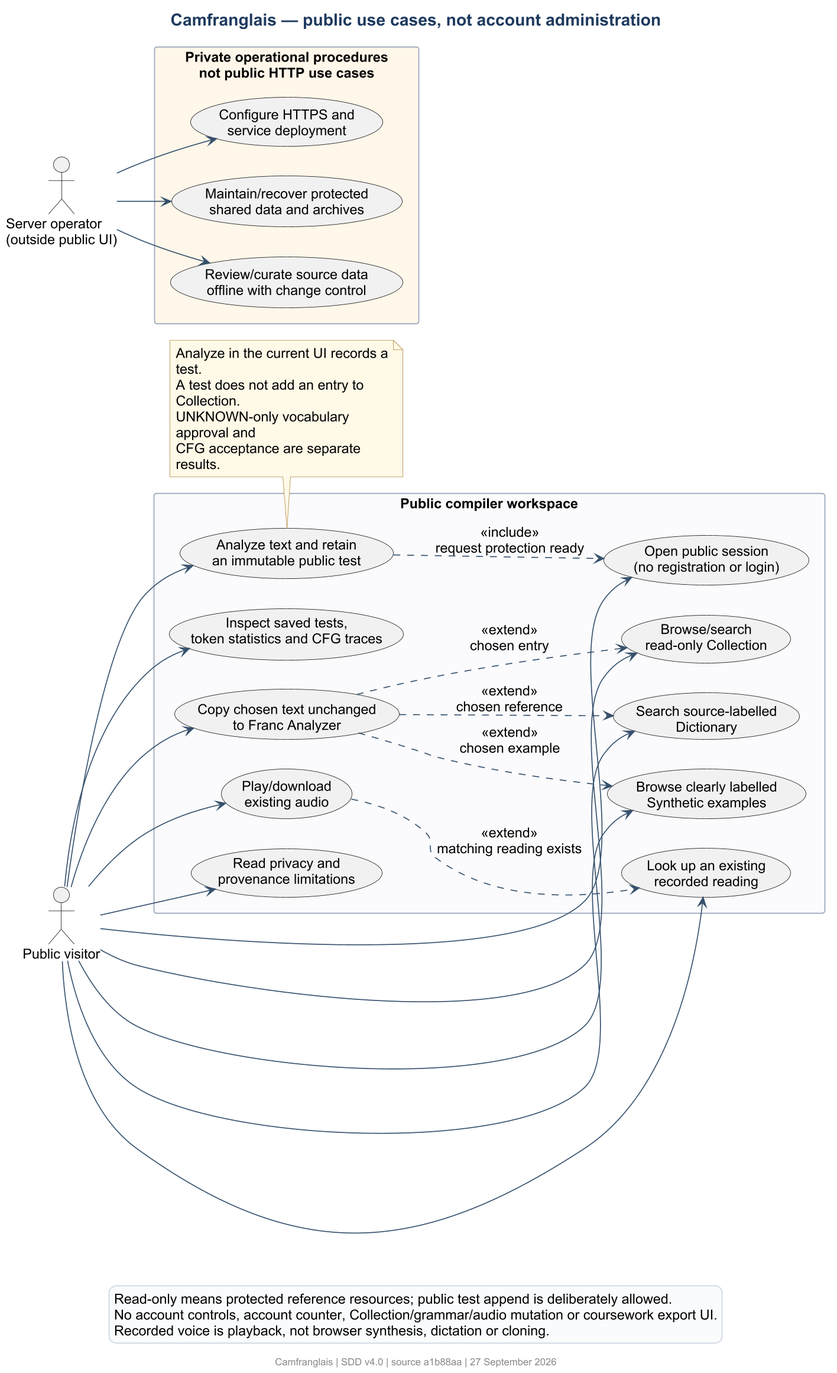
The PlantUML diagram docs/diagrams/use-case.png in Suraku237/francanglaiscompiler, before a commit.
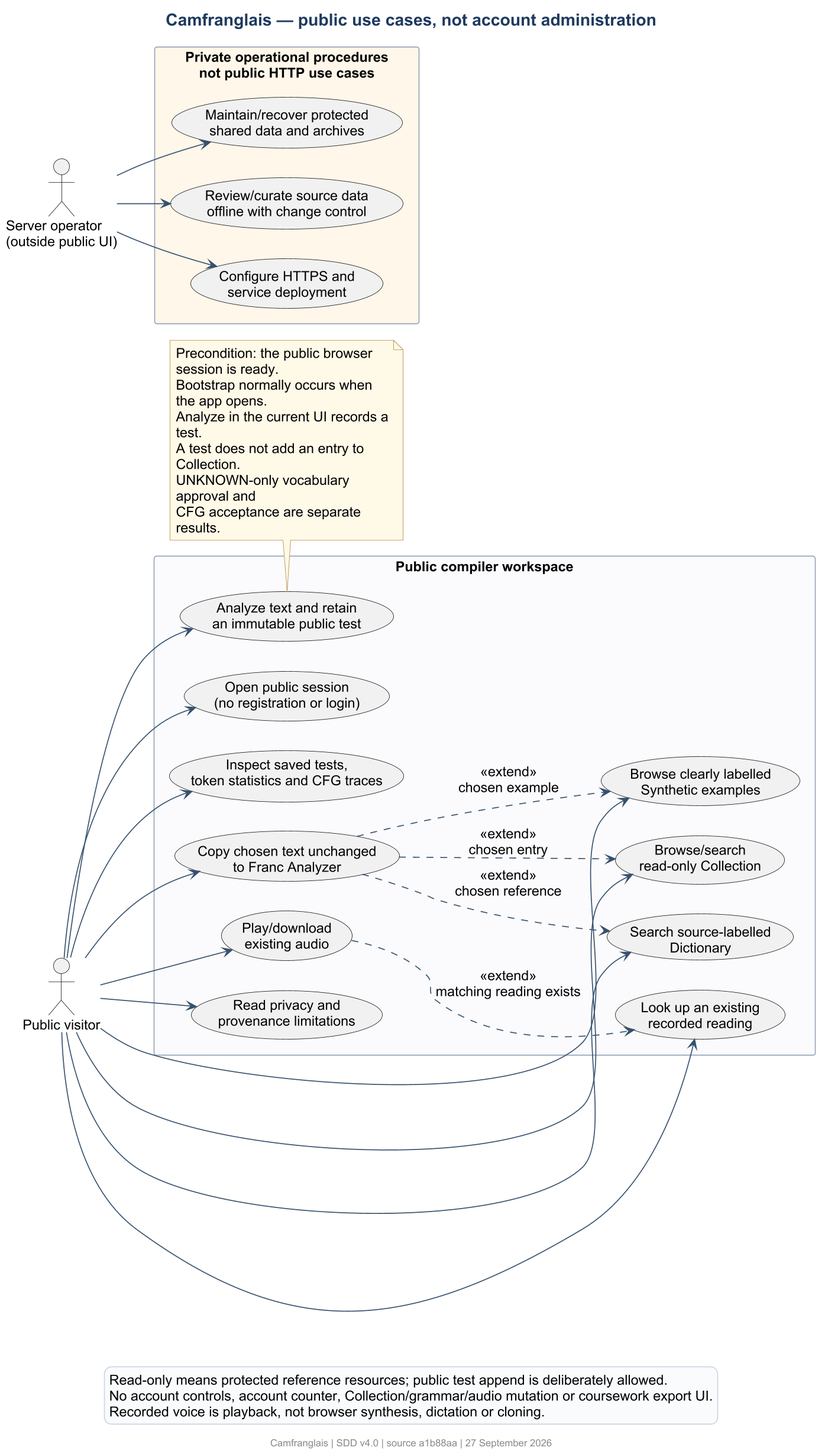
After the commit.

The edit, as a diff of the source:
```diff
@@ -31,7 +31,6 @@
 Visitor --> Lookup
 Visitor --> Play
 Visitor --> Privacy
-Analyze ..> Open : <<include>>\nrequest protection ready
 Copy ..> Collection : <<extend>>\nchosen entry
 Copy ..> Dictionary : <<extend>>\nchosen reference
 Copy ..> Examples : <<extend>>\nchosen example
@@ -40,6 +39,8 @@
 Operator --> Recover
 Operator --> Curate
 note bottom of Analyze
+  Precondition: the public browser session is ready.
+  Bootstrap normally occurs when the app opens.
   Analyze in the current UI records a test.
   A test does not add an entry to Collection.
   UNKNOWN-only vocabulary approval and
```
